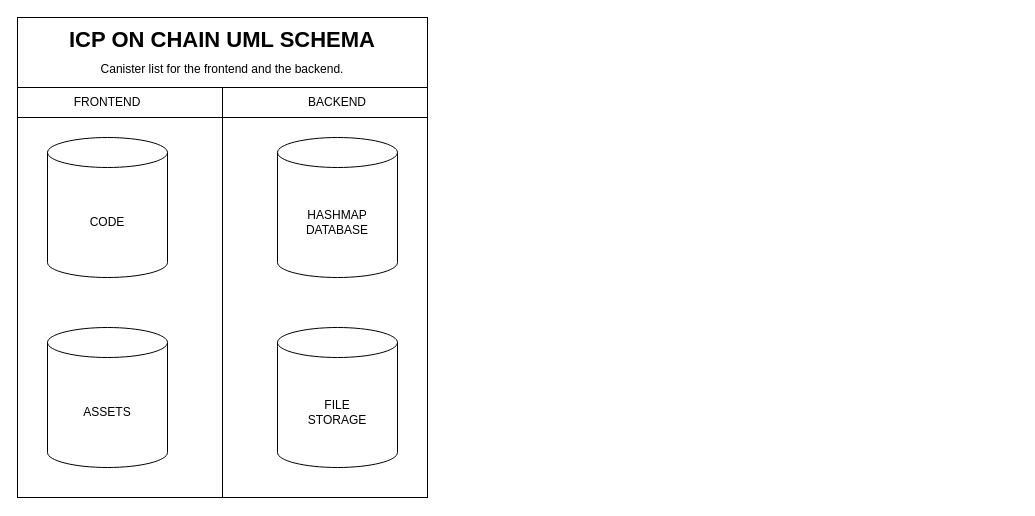
The draw.io diagram Untitled Diagram.drawio in Kybox/Draw.io, before the edit. Source tidied: cells renumbered, new cells numbered last; positions are measured from the earlier drawing's top-left corner, leaving out a move shared by most shapes. Both pictures are drawn from the tidied source at 100%, with x=0, y=0 at pixel (17, 17).
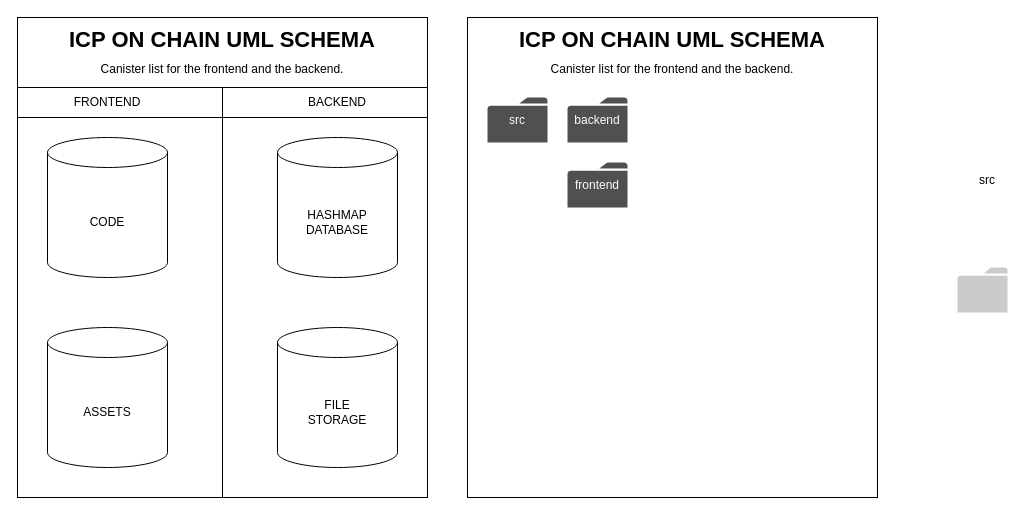
The same page after the edit.

Diff of the diagram source:
```diff
@@
+    <mxCell id="16" style="rounded=0;html=1;" parent="1" vertex="1">
+      <mxGeometry x="450" width="410" height="480" as="geometry" />
+    </mxCell>
@@
+    <mxCell id="17" style="sketch=0;shadow=0;dashed=0;html=1;strokeColor=none;labelPosition=center;verticalLabelPosition=bottom;verticalAlign=top;align=center;shape=mxgraph.office.concepts.folder;fillColor=#CCCBCB;fontSize=22;" parent="1" vertex="1">
+      <mxGeometry x="940" y="250" width="50" height="45" as="geometry" />
+    </mxCell>
+    <mxCell id="18" value="src" style="text;html=1;strokeColor=none;fillColor=none;align=center;verticalAlign=middle;whiteSpace=wrap;rounded=0;" parent="1" vertex="1">
+      <mxGeometry x="940" y="147.5" width="60" height="30" as="geometry" />
+    </mxCell>
+    <mxCell id="19" style="sketch=0;shadow=0;dashed=0;html=1;strokeColor=none;fillColor=#505050;labelPosition=center;verticalLabelPosition=bottom;verticalAlign=top;align=center;shape=mxgraph.office.concepts.folder;fontSize=22;" parent="1" vertex="1">
+      <mxGeometry x="550" y="80" width="60" height="45" as="geometry" />
+    </mxCell>
+    <mxCell id="20" value="backend" style="text;html=1;strokeColor=none;fillColor=none;align=center;verticalAlign=middle;whiteSpace=wrap;rounded=0;fontColor=#FCFCFC;" parent="1" vertex="1">
+      <mxGeometry x="550" y="87.5" width="60" height="30" as="geometry" />
+    </mxCell>
+    <mxCell id="21" style="sketch=0;shadow=0;dashed=0;html=1;strokeColor=none;fillColor=#505050;labelPosition=center;verticalLabelPosition=bottom;verticalAlign=top;align=center;shape=mxgraph.office.concepts.folder;fontSize=22;" parent="1" vertex="1">
+      <mxGeometry x="550" y="145" width="60" height="45" as="geometry" />
+    </mxCell>
+    <mxCell id="22" value="frontend" style="text;html=1;strokeColor=none;fillColor=none;align=center;verticalAlign=middle;whiteSpace=wrap;rounded=0;fontColor=#FCFCFC;" parent="1" vertex="1">
+      <mxGeometry x="550" y="152.5" width="60" height="30" as="geometry" />
+    </mxCell>
+    <mxCell id="23" style="sketch=0;shadow=0;dashed=0;html=1;strokeColor=none;fillColor=#505050;labelPosition=center;verticalLabelPosition=bottom;verticalAlign=top;align=center;shape=mxgraph.office.concepts.folder;fontSize=22;" parent="1" vertex="1">
+      <mxGeometry x="470" y="80" width="60" height="45" as="geometry" />
+    </mxCell>
+    <mxCell id="24" value="src" style="text;html=1;strokeColor=none;fillColor=none;align=center;verticalAlign=middle;whiteSpace=wrap;rounded=0;fontColor=#FCFCFC;" parent="1" vertex="1">
+      <mxGeometry x="470" y="87.5" width="60" height="30" as="geometry" />
+    </mxCell>
+    <mxCell id="25" value="&lt;h1 style=&quot;font-size: 22px; line-height: 0.7;&quot;&gt;ICP ON CHAIN UML SCHEMA&lt;/h1&gt;&lt;p&gt;Canister list for the frontend and the backend.&lt;/p&gt;" style="text;html=1;strokeColor=none;fillColor=none;spacing=5;spacingTop=-20;whiteSpace=wrap;overflow=hidden;rounded=0;align=center;" parent="1" vertex="1">
+      <mxGeometry x="450" y="10" width="410" height="60" as="geometry" />
+    </mxCell>
```
